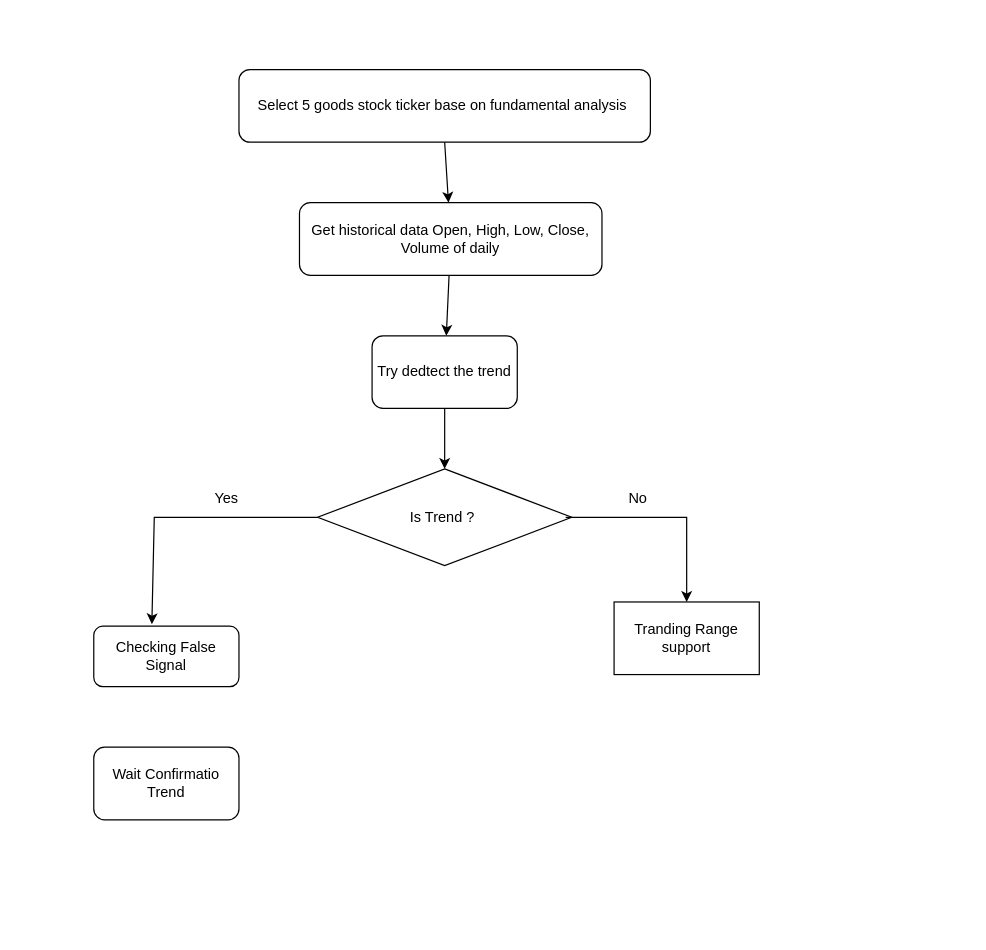
Tuanph1970/all_projects keeps this draw.io diagram as knowledge/stock_diagram.drawio. Above is the earlier version. Source tidied: cells renumbered, new cells numbered last; positions are measured from the earlier drawing's top-left corner, leaving out a move shared by most shapes. Both pictures are drawn from the tidied source at 121%, with x=0, y=0 at pixel (93, 69).
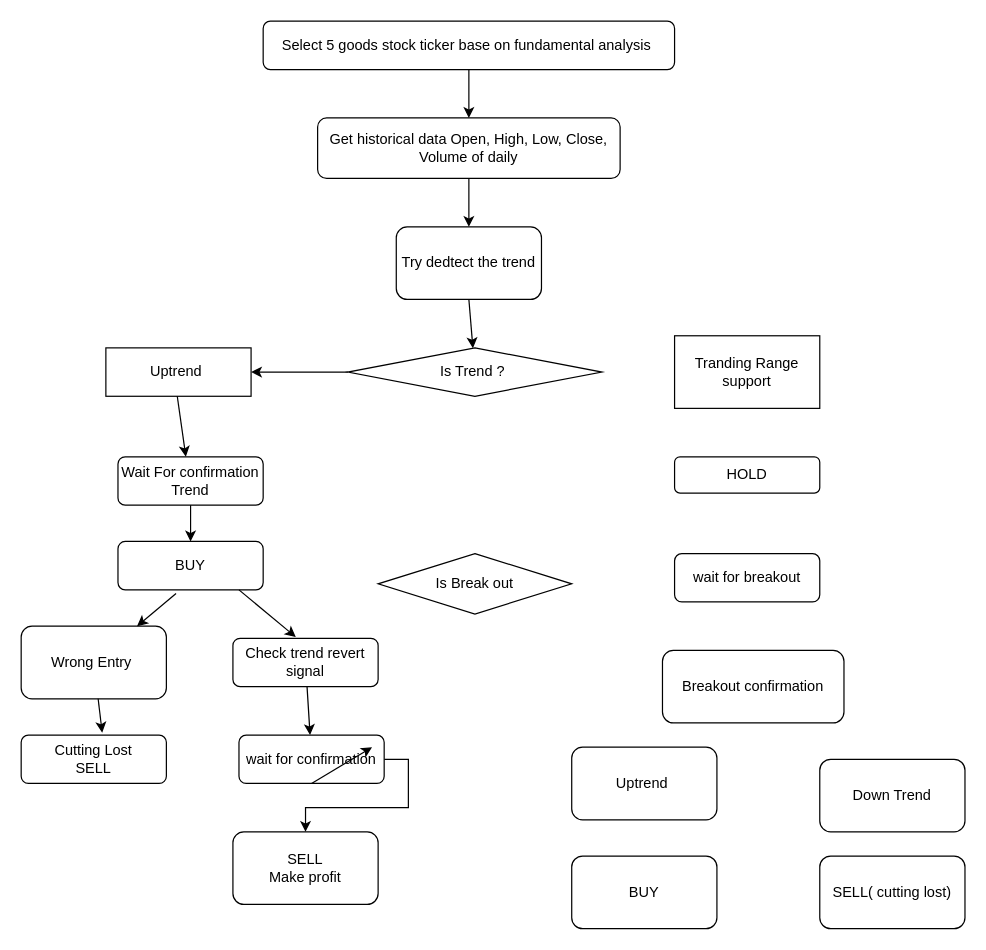
The same page after the edit.

Commit message:
knowledge(stock): expand trade-decision flow in stock diagram

Add breakout/trend-confirmation branches and BUY/SELL/HOLD outcomes
to the stock decision diagram.

Change to the diagram source:
```diff
@@
     <mxCell id="2" value="Select 5 goods stock ticker base on fundamental analysis&amp;nbsp;" style="rounded=1;whiteSpace=wrap;html=1;" parent="1" vertex="1">
-      <mxGeometry x="120" width="340" height="60" as="geometry" />
+      <mxGeometry x="140" y="-40" width="340" height="40" as="geometry" />
     </mxCell>
     <mxCell id="3" value="Get historical data Open, High, Low, Close, Volume of daily" style="rounded=1;whiteSpace=wrap;html=1;" parent="1" vertex="1">
-      <mxGeometry x="170" y="110" width="250" height="60" as="geometry" />
+      <mxGeometry x="185" y="40" width="250" height="50" as="geometry" />
     </mxCell>
-    <mxCell id="4" style="endArrow=classic;html=1;rounded=0;" parent="1" edge="1" target="3">
-      <mxGeometry relative="1" as="geometry">
-        <mxPoint x="290" y="60" as="sourcePoint" />
-      </mxGeometry>
-    </mxCell>
     <mxCell id="5" value="Try dedtect the trend" style="rounded=1;whiteSpace=wrap;html=1;" parent="1" vertex="1">
-      <mxGeometry x="230" y="220" width="120" height="60" as="geometry" />
+      <mxGeometry x="250" y="130" width="120" height="60" as="geometry" />
     </mxCell>
@@
     <mxCell id="7" value="Is Trend ?&amp;nbsp;" style="rhombus;whiteSpace=wrap;html=1;" parent="1" vertex="1">
-      <mxGeometry x="185" y="330" width="210" height="80" as="geometry" />
+      <mxGeometry x="210" y="230" width="210" height="40" as="geometry" />
     </mxCell>
@@
     <mxCell id="9" value="Tranding Range support" style="rounded=0;whiteSpace=wrap;html=1;" parent="1" vertex="1">
-      <mxGeometry x="430" y="440" width="120" height="60" as="geometry" />
+      <mxGeometry x="480" y="220" width="120" height="60" as="geometry" />
     </mxCell>
-    <mxCell id="10" style="endArrow=classic;html=1;rounded=0;entryX=0.5;entryY=0;entryDx=0;entryDy=0;" parent="1" edge="1" target="9">
-      <mxGeometry relative="1" as="geometry">
-        <mxPoint x="390" y="370" as="sourcePoint" />
-        <Array as="points">
-          <mxPoint x="490" y="370" />
-        </Array>
-      </mxGeometry>
-    </mxCell>
-    <mxCell id="11" value="No" style="text;html=1;align=center;verticalAlign=middle;whiteSpace=wrap;rounded=0;" parent="1" vertex="1">
-      <mxGeometry x="420" y="340" width="60" height="30" as="geometry" />
-    </mxCell>
-    <mxCell id="12" value="Checking False Signal" style="rounded=1;whiteSpace=wrap;html=1;" parent="1" vertex="1">
-      <mxGeometry y="460" width="120" height="50" as="geometry" />
-    </mxCell>
-    <mxCell id="13" style="endArrow=classic;html=1;rounded=0;exitX=0;exitY=0.5;exitDx=0;exitDy=0;entryX=0.4;entryY=-0.033;entryDx=0;entryDy=0;entryPerimeter=0;" parent="1" edge="1" source="7" target="12">
-      <mxGeometry relative="1" as="geometry">
-        <Array as="points">
-          <mxPoint x="50" y="370" />
-        </Array>
-      </mxGeometry>
-    </mxCell>
-    <mxCell id="14" value="Yes" style="text;html=1;align=center;verticalAlign=middle;whiteSpace=wrap;rounded=0;" parent="1" vertex="1">
-      <mxGeometry x="80" y="340" width="60" height="30" as="geometry" />
-    </mxCell>
-    <mxCell id="15" value="Wait Confirmatio Trend" style="rounded=1;whiteSpace=wrap;html=1;" parent="1" vertex="1">
-      <mxGeometry y="560" width="120" height="60" as="geometry" />
-    </mxCell>
+    <mxCell id="16" value="BUY" style="rounded=1;whiteSpace=wrap;html=1;" parent="1" vertex="1">
+      <mxGeometry x="20" y="390" width="120" height="40" as="geometry" />
+    </mxCell>
+    <mxCell id="17" value="HOLD" style="rounded=1;whiteSpace=wrap;html=1;" parent="1" vertex="1">
+      <mxGeometry x="480" y="320" width="120" height="30" as="geometry" />
+    </mxCell>
+    <mxCell id="18" value="wait for breakout" style="rounded=1;whiteSpace=wrap;html=1;" parent="1" vertex="1">
+      <mxGeometry x="480" y="400" width="120" height="40" as="geometry" />
+    </mxCell>
+    <mxCell id="19" value="Is Break out" style="rhombus;whiteSpace=wrap;html=1;" parent="1" vertex="1">
+      <mxGeometry x="235" y="400" width="160" height="50" as="geometry" />
+    </mxCell>
+    <mxCell id="20" style="endArrow=classic;html=1;rounded=0;" parent="1" edge="1" source="2" target="3">
+      <mxGeometry relative="1" as="geometry" />
+    </mxCell>
+    <mxCell id="21" value="Wait For confirmation Trend" style="rounded=1;whiteSpace=wrap;html=1;" parent="1" vertex="1">
+      <mxGeometry x="20" y="320" width="120" height="40" as="geometry" />
+    </mxCell>
+    <mxCell id="22" value="Uptrend&amp;nbsp;" style="rounded=0;whiteSpace=wrap;html=1;" parent="1" vertex="1">
+      <mxGeometry x="10" y="230" width="120" height="40" as="geometry" />
+    </mxCell>
+    <mxCell id="23" value="Check trend revert signal" style="rounded=1;whiteSpace=wrap;html=1;" parent="1" vertex="1">
+      <mxGeometry x="115" y="470" width="120" height="40" as="geometry" />
+    </mxCell>
+    <mxCell id="24" style="edgeStyle=orthogonalEdgeStyle;rounded=0;jettySize=auto;html=1;exitX=1;exitY=0.5;exitDx=0;exitDy=0;" parent="1" edge="1" source="25" target="41">
+      <mxGeometry relative="1" as="geometry" />
+    </mxCell>
+    <mxCell id="25" value="wait for confirmation" style="rounded=1;whiteSpace=wrap;html=1;" parent="1" vertex="1">
+      <mxGeometry x="120" y="550" width="120" height="40" as="geometry" />
+    </mxCell>
+    <mxCell id="26" value="Breakout confirmation" style="rounded=1;whiteSpace=wrap;html=1;" parent="1" vertex="1">
+      <mxGeometry x="470" y="480" width="150" height="60" as="geometry" />
+    </mxCell>
+    <mxCell id="27" value="Uptrend&amp;nbsp;" style="rounded=1;whiteSpace=wrap;html=1;" parent="1" vertex="1">
+      <mxGeometry x="395" y="560" width="120" height="60" as="geometry" />
+    </mxCell>
+    <mxCell id="28" value="Down Trend" style="rounded=1;whiteSpace=wrap;html=1;" parent="1" vertex="1">
+      <mxGeometry x="600" y="570" width="120" height="60" as="geometry" />
+    </mxCell>
+    <mxCell id="29" value="BUY" style="rounded=1;whiteSpace=wrap;html=1;" parent="1" vertex="1">
+      <mxGeometry x="395" y="650" width="120" height="60" as="geometry" />
+    </mxCell>
+    <mxCell id="30" value="SELL( cutting lost)" style="rounded=1;whiteSpace=wrap;html=1;" parent="1" vertex="1">
+      <mxGeometry x="600" y="650" width="120" height="60" as="geometry" />
+    </mxCell>
+    <mxCell id="31" value="Wrong Entry&amp;nbsp;" style="rounded=1;whiteSpace=wrap;html=1;" parent="1" vertex="1">
+      <mxGeometry x="-60" y="460" width="120" height="60" as="geometry" />
+    </mxCell>
+    <mxCell id="32" value="Cutting Lost&lt;div&gt;SELL&lt;/div&gt;" style="rounded=1;whiteSpace=wrap;html=1;" parent="1" vertex="1">
+      <mxGeometry x="-60" y="550" width="120" height="40" as="geometry" />
+    </mxCell>
+    <mxCell id="33" style="edgeStyle=orthogonalEdgeStyle;rounded=0;orthogonalLoop=1;jettySize=auto;html=1;exitX=0.5;exitY=1;exitDx=0;exitDy=0;" parent="1" edge="1" source="23" target="23">
+      <mxGeometry relative="1" as="geometry" />
+    </mxCell>
+    <mxCell id="34" style="endArrow=classic;html=1;rounded=0;" parent="1" edge="1" target="22">
+      <mxGeometry relative="1" as="geometry">
+        <mxPoint x="210" y="250" as="sourcePoint" />
+      </mxGeometry>
+    </mxCell>
+    <mxCell id="35" style="endArrow=classic;html=1;rounded=0;" parent="1" edge="1">
+      <mxGeometry relative="1" as="geometry">
+        <mxPoint x="69" y="270" as="sourcePoint" />
+        <mxPoint x="76.1" y="320" as="targetPoint" />
+      </mxGeometry>
+    </mxCell>
+    <mxCell id="36" style="endArrow=classic;html=1;rounded=0;exitX=0.5;exitY=1;exitDx=0;exitDy=0;" parent="1" edge="1" source="21" target="16">
+      <mxGeometry relative="1" as="geometry" />
+    </mxCell>
+    <mxCell id="37" style="endArrow=classic;html=1;rounded=0;entryX=0.558;entryY=-0.05;entryDx=0;entryDy=0;entryPerimeter=0;" parent="1" edge="1" source="31" target="32">
+      <mxGeometry relative="1" as="geometry" />
+    </mxCell>
+    <mxCell id="38" style="endArrow=classic;html=1;rounded=0;exitX=0.4;exitY=1.075;exitDx=0;exitDy=0;exitPerimeter=0;" parent="1" edge="1" source="16" target="31">
+      <mxGeometry relative="1" as="geometry" />
+    </mxCell>
+    <mxCell id="39" style="endArrow=classic;html=1;rounded=0;entryX=0.433;entryY=-0.025;entryDx=0;entryDy=0;entryPerimeter=0;" parent="1" edge="1" target="23">
+      <mxGeometry relative="1" as="geometry">
+        <mxPoint x="120" y="430" as="sourcePoint" />
+      </mxGeometry>
+    </mxCell>
+    <mxCell id="40" style="endArrow=classic;html=1;rounded=0;" parent="1" edge="1" source="23" target="25">
+      <mxGeometry relative="1" as="geometry" />
+    </mxCell>
+    <mxCell id="41" value="SELL&lt;div&gt;Make profit&lt;/div&gt;" style="rounded=1;whiteSpace=wrap;html=1;" parent="1" vertex="1">
+      <mxGeometry x="115" y="630" width="120" height="60" as="geometry" />
+    </mxCell>
+    <mxCell id="42" style="endArrow=classic;html=1;rounded=0;exitX=0.5;exitY=1;exitDx=0;exitDy=0;" parent="1" edge="1" source="25">
+      <mxGeometry relative="1" as="geometry">
+        <mxPoint x="230" y="560" as="targetPoint" />
+      </mxGeometry>
+    </mxCell>
```
